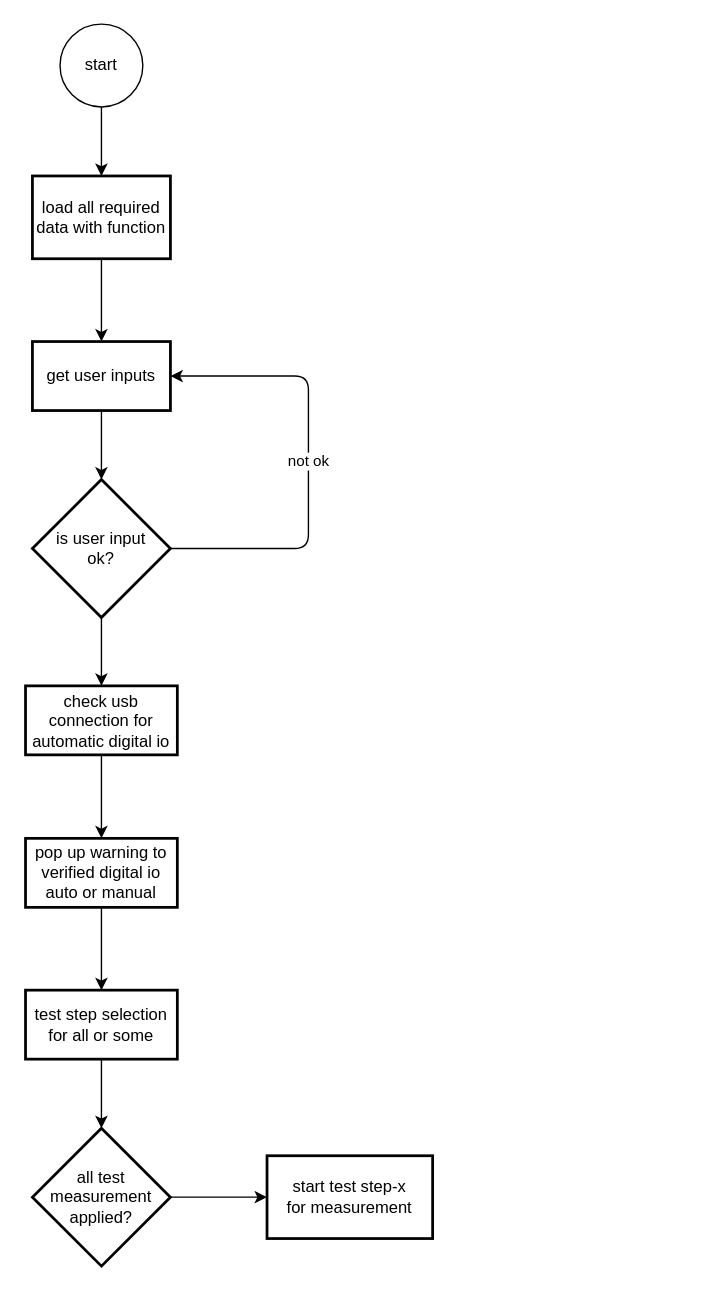
Earlier version of the draw.io diagram project_2.drawio (qmep/flowchart). Source tidied: cells renumbered, new cells numbered last; positions are measured from the earlier drawing's top-left corner, leaving out a move shared by most shapes. Both pictures are drawn from the tidied source at 138%, with x=0, y=0 at pixel (25, 23).
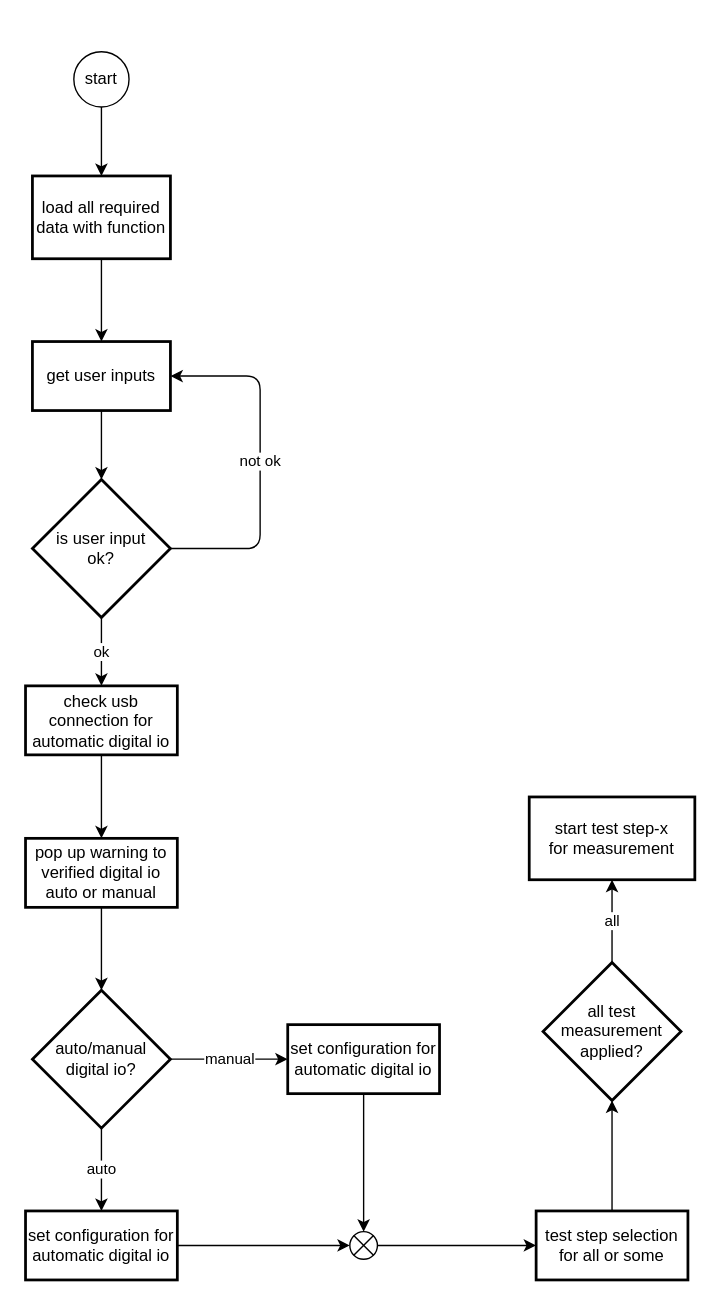
The same page after the edit.

Unchanged cells that the change refers to:
```xml
<mxCell id="7" value="get user inputs" style="whiteSpace=wrap;html=1;absoluteArcSize=1;arcSize=14;strokeWidth=2;" parent="1" vertex="1">
  <mxGeometry x="5" y="230" width="100" height="50" as="geometry" />
</mxCell>
<mxCell id="10" value="is user input &lt;br&gt;ok?" style="strokeWidth=2;html=1;shape=mxgraph.flowchart.decision;whiteSpace=wrap;" parent="1" vertex="1">
  <mxGeometry x="5" y="330" width="100" height="100" as="geometry" />
</mxCell>
<mxCell id="12" value="check usb connection for automatic digital io" style="whiteSpace=wrap;html=1;absoluteArcSize=1;arcSize=14;strokeWidth=2;align=center;" parent="1" vertex="1">
  <mxGeometry y="479.5" width="110" height="50" as="geometry" />
</mxCell>
<mxCell id="14" value="pop up warning to verified digital io auto or manual" style="whiteSpace=wrap;html=1;absoluteArcSize=1;arcSize=14;strokeWidth=2;align=center;" parent="1" vertex="1">
  <mxGeometry y="590" width="110" height="50" as="geometry" />
</mxCell>
```

What changed in the source:
```diff
@@
     <mxCell id="3" value="start" style="ellipse;whiteSpace=wrap;html=1;" parent="1" vertex="1">
-      <mxGeometry x="25" width="60" height="60" as="geometry" />
+      <mxGeometry x="35" y="20" width="40" height="40" as="geometry" />
     </mxCell>
@@
     <mxCell id="8" value="not ok" style="edgeStyle=orthogonalEdgeStyle;jettySize=auto;html=1;exitX=1;exitY=0.5;exitDx=0;exitDy=0;exitPerimeter=0;entryX=1;entryY=0.5;entryDx=0;entryDy=0;" parent="1" edge="1" source="10" target="7">
       <mxGeometry relative="1" as="geometry">
         <Array as="points">
-          <mxPoint x="205" y="380" />
-          <mxPoint x="205" y="255" />
+          <mxPoint x="170" y="380" />
+          <mxPoint x="170" y="255" />
         </Array>
       </mxGeometry>
     </mxCell>
-    <mxCell id="9" style="edgeStyle=orthogonalEdgeStyle;rounded=0;jettySize=auto;html=1;entryX=0.5;entryY=0;entryDx=0;entryDy=0;" parent="1" edge="1" source="10" target="12">
+    <mxCell id="9" value="ok" style="edgeStyle=orthogonalEdgeStyle;rounded=0;jettySize=auto;html=1;entryX=0.5;entryY=0;entryDx=0;entryDy=0;" parent="1" edge="1" source="10" target="12">
       <mxGeometry relative="1" as="geometry" />
     </mxCell>
@@
-    <mxCell id="13" style="edgeStyle=orthogonalEdgeStyle;rounded=0;jettySize=auto;html=1;entryX=0.5;entryY=0;entryDx=0;entryDy=0;" parent="1" edge="1" source="14" target="16">
-      <mxGeometry relative="1" as="geometry" />
-    </mxCell>
+    <mxCell id="20" style="edgeStyle=orthogonalEdgeStyle;rounded=0;jettySize=auto;html=1;entryX=0.5;entryY=0;entryDx=0;entryDy=0;entryPerimeter=0;" parent="1" edge="1" source="14" target="23">
+      <mxGeometry relative="1" as="geometry" />
+    </mxCell>
@@
-    <mxCell id="15" style="edgeStyle=orthogonalEdgeStyle;rounded=0;jettySize=auto;html=1;entryX=0.5;entryY=0;entryDx=0;entryDy=0;entryPerimeter=0;" parent="1" edge="1" source="16" target="18">
+    <mxCell id="15" style="edgeStyle=orthogonalEdgeStyle;rounded=0;jettySize=auto;html=1;exitX=0.5;exitY=0;exitDx=0;exitDy=0;entryX=0.5;entryY=1;entryDx=0;entryDy=0;entryPerimeter=0;" parent="1" edge="1" source="16" target="18">
       <mxGeometry relative="1" as="geometry" />
     </mxCell>
     <mxCell id="16" value="test step selection&lt;br&gt;for all or some" style="whiteSpace=wrap;html=1;absoluteArcSize=1;arcSize=14;strokeWidth=2;align=center;" parent="1" vertex="1">
-      <mxGeometry y="700" width="110" height="50" as="geometry" />
+      <mxGeometry x="370" y="860" width="110" height="50" as="geometry" />
     </mxCell>
-    <mxCell id="17" style="edgeStyle=orthogonalEdgeStyle;rounded=0;jettySize=auto;html=1;exitX=1;exitY=0.5;exitDx=0;exitDy=0;exitPerimeter=0;entryX=0;entryY=0.5;entryDx=0;entryDy=0;" parent="1" edge="1" source="18" target="19">
+    <mxCell id="17" value="all" style="edgeStyle=orthogonalEdgeStyle;rounded=0;jettySize=auto;html=1;exitX=0.5;exitY=0;exitDx=0;exitDy=0;exitPerimeter=0;entryX=0.5;entryY=1;entryDx=0;entryDy=0;" parent="1" edge="1" source="18" target="19">
       <mxGeometry relative="1" as="geometry" />
     </mxCell>
     <mxCell id="18" value="all test measurement applied?" style="strokeWidth=2;html=1;shape=mxgraph.flowchart.decision;whiteSpace=wrap;" parent="1" vertex="1">
-      <mxGeometry x="5" y="800" width="100" height="100" as="geometry" />
+      <mxGeometry x="375" y="680" width="100" height="100" as="geometry" />
     </mxCell>
     <mxCell id="19" value="start test step-x&lt;br&gt;for measurement" style="whiteSpace=wrap;html=1;absoluteArcSize=1;arcSize=14;strokeWidth=2;align=center;" parent="1" vertex="1">
-      <mxGeometry x="175" y="820" width="120" height="60" as="geometry" />
+      <mxGeometry x="365" y="560" width="120" height="60" as="geometry" />
     </mxCell>
+    <mxCell id="21" value="auto" style="edgeStyle=orthogonalEdgeStyle;rounded=0;jettySize=auto;html=1;entryX=0.5;entryY=0;entryDx=0;entryDy=0;" parent="1" edge="1" source="23" target="25">
+      <mxGeometry relative="1" as="geometry" />
+    </mxCell>
+    <mxCell id="22" value="manual" style="edgeStyle=orthogonalEdgeStyle;rounded=0;jettySize=auto;html=1;" parent="1" edge="1" source="23" target="27">
+      <mxGeometry relative="1" as="geometry" />
+    </mxCell>
+    <mxCell id="23" value="auto/manual&lt;br&gt;digital io?" style="strokeWidth=2;html=1;shape=mxgraph.flowchart.decision;whiteSpace=wrap;" parent="1" vertex="1">
+      <mxGeometry x="5" y="700" width="100" height="100" as="geometry" />
+    </mxCell>
+    <mxCell id="24" style="edgeStyle=orthogonalEdgeStyle;rounded=0;jettySize=auto;html=1;exitX=1;exitY=0.5;exitDx=0;exitDy=0;" parent="1" edge="1" source="25" target="29">
+      <mxGeometry relative="1" as="geometry" />
+    </mxCell>
+    <mxCell id="25" value="set configuration for automatic digital io" style="whiteSpace=wrap;html=1;absoluteArcSize=1;arcSize=14;strokeWidth=2;align=center;" parent="1" vertex="1">
+      <mxGeometry y="860" width="110" height="50" as="geometry" />
+    </mxCell>
+    <mxCell id="26" style="edgeStyle=orthogonalEdgeStyle;rounded=0;jettySize=auto;html=1;entryX=0.5;entryY=0;entryDx=0;entryDy=0;entryPerimeter=0;" parent="1" edge="1" source="27" target="29">
+      <mxGeometry relative="1" as="geometry" />
+    </mxCell>
+    <mxCell id="27" value="set configuration for automatic digital io" style="whiteSpace=wrap;html=1;absoluteArcSize=1;arcSize=14;strokeWidth=2;align=center;" parent="1" vertex="1">
+      <mxGeometry x="190" y="725" width="110" height="50" as="geometry" />
+    </mxCell>
+    <mxCell id="28" style="edgeStyle=orthogonalEdgeStyle;rounded=0;jettySize=auto;html=1;exitX=1;exitY=0.5;exitDx=0;exitDy=0;exitPerimeter=0;" parent="1" edge="1" source="29" target="16">
+      <mxGeometry relative="1" as="geometry" />
+    </mxCell>
+    <mxCell id="29" style="verticalLabelPosition=bottom;verticalAlign=top;html=1;shape=mxgraph.flowchart.or;" parent="1" vertex="1">
+      <mxGeometry x="235" y="875" width="20" height="20" as="geometry" />
+    </mxCell>
```
